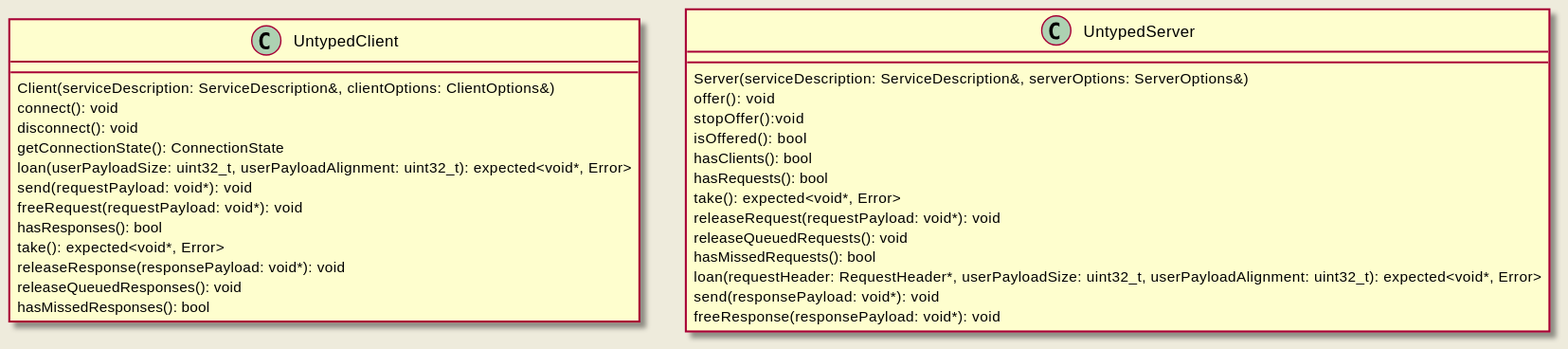
The PlantUML diagram doc/website/images/untyped_api.svg in eclipse-iceoryx/iceoryx, before a commit. Its source is kept beside it as doc/design/diagrams/request_response/untyped_api.puml.
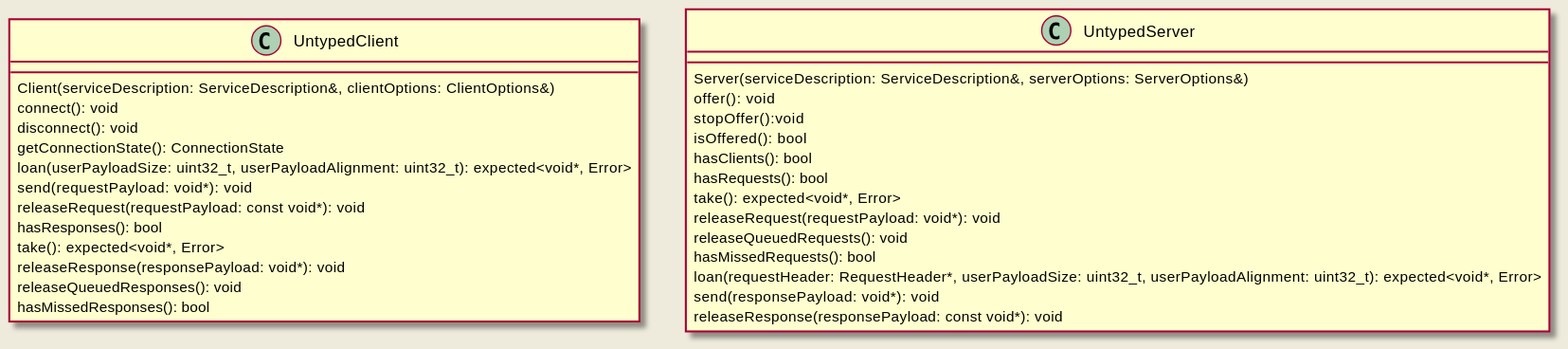
The same diagram one commit later.

Diff of the diagram source:
```diff
@@ -7,7 +7,7 @@
   getConnectionState(): ConnectionState
   loan(userPayloadSize: uint32_t, userPayloadAlignment: uint32_t): expected<void*, Error>
   send(requestPayload: void*): void
-  freeRequest(requestPayload: void*): void
+  releaseRequest(requestPayload: const void*): void
   hasResponses(): bool
   take(): expected<void*, Error>
   releaseResponse(responsePayload: void*): void
@@ -28,7 +28,7 @@
   hasMissedRequests(): bool
   loan(requestHeader: RequestHeader*, userPayloadSize: uint32_t, userPayloadAlignment: uint32_t): expected<void*, Error>
   send(responsePayload: void*): void
-  freeResponse(responsePayload: void*): void
+  releaseResponse(responsePayload: const void*): void
 }
 
 @enduml
```
